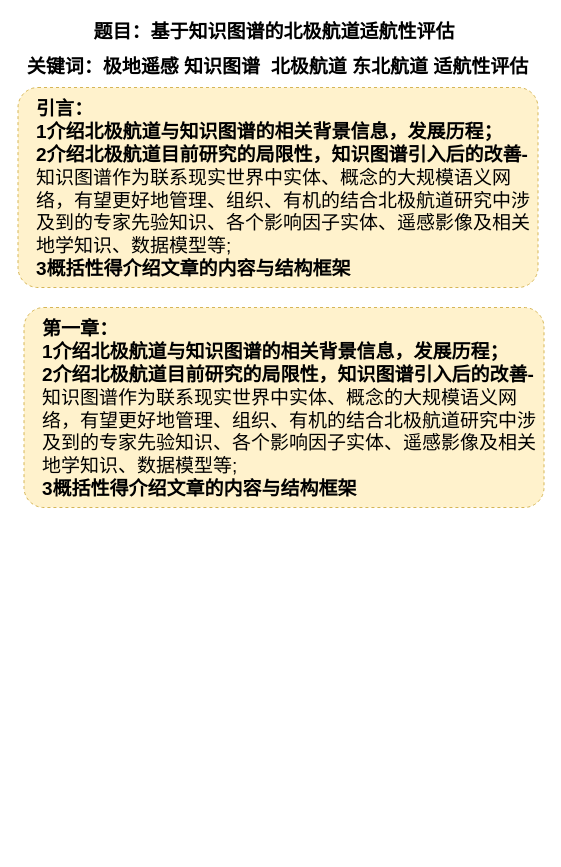
Before: 论文框架.drawio in huxinkan517/DRAW.IO, a draw.io diagram. Source tidied: cells renumbered, new cells numbered last; positions are measured from the earlier drawing's top-left corner, leaving out a move shared by most shapes. Both pictures are drawn from the tidied source at 100%, with x=0, y=0 at pixel (18, 17). Pictures stored in the file or linked from it are replaced by grey dashed boxes.
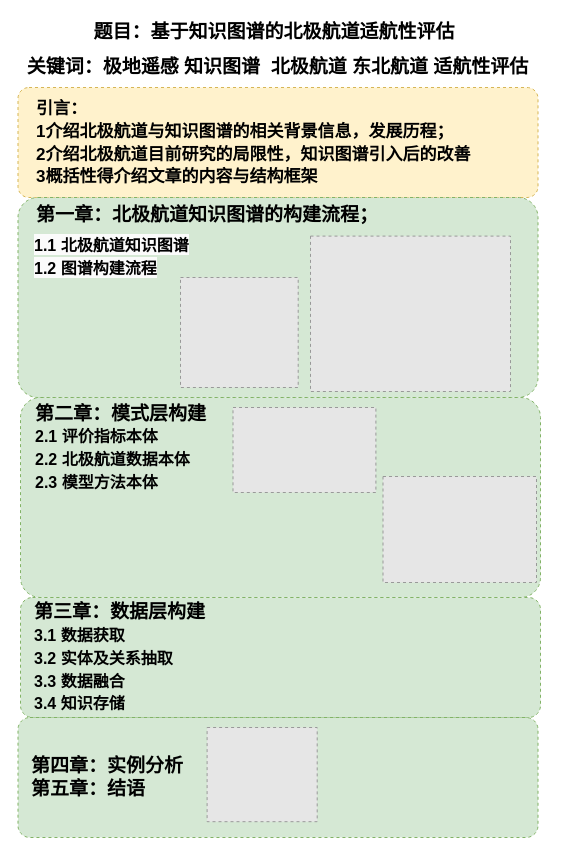
After the change.

Commit message:
更新论文框架.drawio

The edit, as a diff of the source:
```diff
@@
 <mxGraphModel>
   <root>
     <mxCell id="0" />
     <mxCell id="1" parent="0" />
     <mxCell id="2" style="rounded=1;whiteSpace=wrap;html=1;dashed=1;fillColor=#fff2cc;strokeColor=#d6b656;arcSize=10;" parent="1" vertex="1">
-      <mxGeometry x="-0.5" y="70" width="520" height="200" as="geometry" />
+      <mxGeometry x="-0.5" y="70" width="520" height="110" as="geometry" />
     </mxCell>
     <mxCell id="3" value="&lt;b style=&quot;font-size: 19px;&quot;&gt;题目：基于知识图谱的北极航道适航性评估&lt;/b&gt;" style="text;html=1;strokeColor=none;fillColor=none;align=center;verticalAlign=middle;whiteSpace=wrap;rounded=0;fontSize=19;" parent="1" vertex="1">
       <mxGeometry x="41" width="430" height="30" as="geometry" />
     </mxCell>
     <mxCell id="4" value="&lt;b style=&quot;font-size: 19px;&quot;&gt;关键词：极地遥感 知识图谱&amp;nbsp; 北极航道 东北航道 适航性评估&lt;/b&gt;" style="text;html=1;strokeColor=none;fillColor=none;align=center;verticalAlign=middle;whiteSpace=wrap;rounded=0;fontSize=19;" parent="1" vertex="1">
       <mxGeometry x="2" y="35" width="515" height="30" as="geometry" />
     </mxCell>
-    <mxCell id="5" value="&lt;b style=&quot;font-size: 19px;&quot;&gt;引言：&lt;br&gt;1介绍北极航道与知识图谱的相关背景信息，发展历程；&lt;br&gt;2介绍北极航道目前研究的局限性，知识图谱引入后的改善-&lt;/b&gt;知识图谱作为联系现实世界中实体、概念的大规模语义网络，有望更好地管理、组织、有机的结合北极航道研究中涉及到的专家先验知识、各个影响因子实体、遥感影像及相关地学知识、数据模型等;&lt;br&gt;&lt;b&gt;3概括性得介绍文章的内容与结构框架&lt;/b&gt;" style="text;html=1;strokeColor=none;fillColor=none;align=left;verticalAlign=middle;whiteSpace=wrap;rounded=0;fontSize=19;" parent="1" vertex="1">
-      <mxGeometry x="15.5" y="77" width="500" height="190" as="geometry" />
+    <mxCell id="5" value="&lt;font style=&quot;font-size: 17px;&quot;&gt;&lt;b style=&quot;&quot;&gt;引言：&lt;br&gt;&lt;font style=&quot;font-size: 17px;&quot;&gt;1&lt;/font&gt;&lt;font style=&quot;font-size: 17px;&quot;&gt;介绍北极航道与知识图谱的相关背景信息，发展历程；&lt;br&gt;2介绍北极航道目前研究的局限性，知识图谱引入后的改善&lt;/font&gt;&lt;/b&gt;&lt;font style=&quot;font-size: 17px;&quot;&gt;&lt;br&gt;&lt;b style=&quot;&quot;&gt;3概括性得介绍文章的内容与结构框架&lt;/b&gt;&lt;/font&gt;&lt;/font&gt;" style="text;html=1;strokeColor=none;fillColor=none;align=left;verticalAlign=middle;whiteSpace=wrap;rounded=0;fontSize=19;" parent="1" vertex="1">
+      <mxGeometry x="15.5" y="69" width="500" height="111" as="geometry" />
     </mxCell>
-    <mxCell id="6" style="rounded=1;whiteSpace=wrap;html=1;dashed=1;fillColor=#fff2cc;strokeColor=#d6b656;arcSize=10;" parent="1" vertex="1">
-      <mxGeometry x="5.5" y="290" width="520" height="200" as="geometry" />
+    <mxCell id="6" style="rounded=1;whiteSpace=wrap;html=1;dashed=1;fillColor=#d5e8d4;strokeColor=#82b366;arcSize=10;" parent="1" vertex="1">
+      <mxGeometry x="-0.5" y="180" width="520" height="200" as="geometry" />
     </mxCell>
-    <mxCell id="7" value="&lt;b style=&quot;font-size: 19px;&quot;&gt;第一章：&lt;br&gt;1介绍北极航道与知识图谱的相关背景信息，发展历程；&lt;br&gt;2介绍北极航道目前研究的局限性，知识图谱引入后的改善-&lt;/b&gt;知识图谱作为联系现实世界中实体、概念的大规模语义网络，有望更好地管理、组织、有机的结合北极航道研究中涉及到的专家先验知识、各个影响因子实体、遥感影像及相关地学知识、数据模型等;&lt;br&gt;&lt;b&gt;3概括性得介绍文章的内容与结构框架&lt;/b&gt;" style="text;html=1;strokeColor=none;fillColor=none;align=left;verticalAlign=middle;whiteSpace=wrap;rounded=0;fontSize=19;" parent="1" vertex="1">
-      <mxGeometry x="21.5" y="297" width="500" height="190" as="geometry" />
+    <mxCell id="7" value="&lt;b style=&quot;font-size: 19px;&quot;&gt;第一章：北极航道知识图谱的构建流程；&lt;br&gt;&lt;br&gt;&lt;/b&gt;" style="text;html=1;strokeColor=none;fillColor=none;align=left;verticalAlign=middle;whiteSpace=wrap;rounded=0;fontSize=19;" parent="1" vertex="1">
+      <mxGeometry x="15.5" y="187" width="500" height="43" as="geometry" />
     </mxCell>
+    <mxCell id="8" style="rounded=1;whiteSpace=wrap;html=1;dashed=1;fillColor=#d5e8d4;strokeColor=#82b366;arcSize=10;" parent="1" vertex="1">
+      <mxGeometry x="2" y="380" width="520" height="200" as="geometry" />
+    </mxCell>
+    <mxCell id="9" value="&lt;b style=&quot;&quot;&gt;第二章：模式层构建&lt;br&gt;&lt;font style=&quot;font-size: 16px;&quot;&gt;2.1 评价指标本体&lt;br&gt;&lt;/font&gt;&lt;/b&gt;&lt;b style=&quot;border-color: var(--border-color);&quot;&gt;&lt;font style=&quot;border-color: var(--border-color); font-size: 16px;&quot;&gt;2.2&amp;nbsp;&lt;/font&gt;&lt;b style=&quot;border-color: var(--border-color);&quot;&gt;&lt;font style=&quot;border-color: var(--border-color); font-size: 16px;&quot;&gt;北极航道数据本体&lt;/font&gt;&lt;/b&gt;&lt;br style=&quot;border-color: var(--border-color);&quot;&gt;&lt;/b&gt;&lt;b style=&quot;border-color: var(--border-color);&quot;&gt;&lt;font style=&quot;border-color: var(--border-color); font-size: 16px;&quot;&gt;2.3&amp;nbsp;&lt;b style=&quot;border-color: var(--border-color); font-size: 19px;&quot;&gt;&lt;b style=&quot;border-color: var(--border-color);&quot;&gt;&lt;font style=&quot;border-color: var(--border-color); font-size: 16px;&quot;&gt;模型方法本体&lt;/font&gt;&lt;/b&gt;&lt;/b&gt;&lt;br&gt;&lt;/font&gt;&lt;b style=&quot;border-color: var(--border-color);&quot;&gt;&lt;br style=&quot;border-color: var(--border-color);&quot;&gt;&lt;/b&gt;&lt;/b&gt;" style="text;html=1;strokeColor=none;fillColor=none;align=left;verticalAlign=middle;whiteSpace=wrap;rounded=0;fontSize=19;" parent="1" vertex="1">
+      <mxGeometry x="14.5" y="380" width="503.5" height="123" as="geometry" />
+    </mxCell>
+    <mxCell id="10" style="fillColor=#E6E6E6;strokeColor=#999999;dashed=1;verticalLabelPosition=bottom;labelBackgroundColor=default;verticalAlign=top;" parent="1" vertex="1">
+      <mxGeometry x="292" y="218.6" width="200" height="155.4" as="geometry" />
+    </mxCell>
+    <mxCell id="11" style="fillColor=#E6E6E6;strokeColor=#999999;dashed=1;verticalLabelPosition=bottom;labelBackgroundColor=default;verticalAlign=top;" parent="1" vertex="1">
+      <mxGeometry x="364.5" y="459" width="153.5" height="106" as="geometry" />
+    </mxCell>
+    <mxCell id="12" style="fillColor=#E6E6E6;strokeColor=#999999;dashed=1;verticalLabelPosition=bottom;labelBackgroundColor=default;verticalAlign=top;" parent="1" vertex="1">
+      <mxGeometry x="214.5" y="390" width="142.9" height="85" as="geometry" />
+    </mxCell>
+    <mxCell id="13" style="rounded=1;whiteSpace=wrap;html=1;dashed=1;fillColor=#d5e8d4;strokeColor=#82b366;arcSize=10;" parent="1" vertex="1">
+      <mxGeometry x="2" y="580" width="520" height="120" as="geometry" />
+    </mxCell>
+    <mxCell id="14" value="&lt;b style=&quot;&quot;&gt;第三章：数据层构建&lt;br&gt;&lt;font style=&quot;font-size: 16px;&quot;&gt;3.1 数据获取&lt;br&gt;&lt;/font&gt;&lt;/b&gt;&lt;b style=&quot;border-color: var(--border-color);&quot;&gt;&lt;font style=&quot;border-color: var(--border-color); font-size: 16px;&quot;&gt;3.2&amp;nbsp;&lt;/font&gt;&lt;b style=&quot;border-color: var(--border-color);&quot;&gt;&lt;font style=&quot;border-color: var(--border-color); font-size: 16px;&quot;&gt;实体及关系抽取&lt;/font&gt;&lt;/b&gt;&lt;br style=&quot;border-color: var(--border-color);&quot;&gt;&lt;/b&gt;&lt;b style=&quot;border-color: var(--border-color);&quot;&gt;&lt;font style=&quot;border-color: var(--border-color); font-size: 16px;&quot;&gt;3.3&amp;nbsp;&lt;b style=&quot;border-color: var(--border-color); font-size: 19px;&quot;&gt;&lt;b style=&quot;border-color: var(--border-color);&quot;&gt;&lt;font style=&quot;border-color: var(--border-color); font-size: 16px;&quot;&gt;数据融合&lt;br&gt;&lt;/font&gt;&lt;/b&gt;&lt;/b&gt;3.4 知识存储&lt;br&gt;&lt;/font&gt;&lt;b style=&quot;border-color: var(--border-color);&quot;&gt;&lt;br style=&quot;border-color: var(--border-color);&quot;&gt;&lt;/b&gt;&lt;/b&gt;" style="text;html=1;strokeColor=none;fillColor=none;align=left;verticalAlign=middle;whiteSpace=wrap;rounded=0;fontSize=19;" parent="1" vertex="1">
+      <mxGeometry x="13.5" y="590" width="503.5" height="123" as="geometry" />
+    </mxCell>
+    <mxCell id="15" style="fillColor=#E6E6E6;strokeColor=#999999;dashed=1;verticalLabelPosition=bottom;labelBackgroundColor=default;verticalAlign=top;" parent="1" vertex="1">
+      <mxGeometry x="162" y="260" width="117.7" height="110" as="geometry" />
+    </mxCell>
+    <mxCell id="16" value="&lt;b style=&quot;border-color: var(--border-color); color: rgb(0, 0, 0); font-family: Helvetica; font-size: 19px; font-style: normal; font-variant-ligatures: normal; font-variant-caps: normal; letter-spacing: normal; orphans: 2; text-align: left; text-indent: 0px; text-transform: none; widows: 2; word-spacing: 0px; -webkit-text-stroke-width: 0px; background-color: rgb(251, 251, 251); text-decoration-thickness: initial; text-decoration-style: initial; text-decoration-color: initial;&quot;&gt;&lt;font style=&quot;border-color: var(--border-color); font-size: 16px;&quot;&gt;1.1 北极航道知识图谱&lt;br style=&quot;border-color: var(--border-color);&quot;&gt;&lt;/font&gt;&lt;/b&gt;&lt;b style=&quot;border-color: var(--border-color); color: rgb(0, 0, 0); font-family: Helvetica; font-size: 19px; font-style: normal; font-variant-ligatures: normal; font-variant-caps: normal; letter-spacing: normal; orphans: 2; text-align: left; text-indent: 0px; text-transform: none; widows: 2; word-spacing: 0px; -webkit-text-stroke-width: 0px; background-color: rgb(251, 251, 251); text-decoration-thickness: initial; text-decoration-style: initial; text-decoration-color: initial;&quot;&gt;&lt;font style=&quot;border-color: var(--border-color); font-size: 16px;&quot;&gt;1.2&amp;nbsp;&lt;/font&gt;&lt;b style=&quot;border-color: var(--border-color);&quot;&gt;&lt;font style=&quot;border-color: var(--border-color); font-size: 16px;&quot;&gt;图谱构建流程&lt;/font&gt;&lt;/b&gt;&lt;/b&gt;" style="text;whiteSpace=wrap;html=1;" parent="1" vertex="1">
+      <mxGeometry x="13.5" y="210" width="190" height="70" as="geometry" />
+    </mxCell>
+    <mxCell id="17" style="rounded=1;whiteSpace=wrap;html=1;dashed=1;fillColor=#d5e8d4;strokeColor=#82b366;arcSize=10;" parent="1" vertex="1">
+      <mxGeometry x="-0.5" y="700" width="520" height="120" as="geometry" />
+    </mxCell>
+    <mxCell id="18" value="&lt;b style=&quot;&quot;&gt;第四章：实例分析&lt;br&gt;第五章：结语&lt;br&gt;&lt;/b&gt;&lt;b style=&quot;border-color: var(--border-color);&quot;&gt;&lt;b style=&quot;border-color: var(--border-color);&quot;&gt;&lt;br style=&quot;border-color: var(--border-color);&quot;&gt;&lt;/b&gt;&lt;/b&gt;" style="text;html=1;strokeColor=none;fillColor=none;align=left;verticalAlign=middle;whiteSpace=wrap;rounded=0;fontSize=19;" parent="1" vertex="1">
+      <mxGeometry x="11" y="710" width="503.5" height="123" as="geometry" />
+    </mxCell>
+    <mxCell id="19" style="fillColor=#E6E6E6;strokeColor=#999999;dashed=1;verticalLabelPosition=bottom;labelBackgroundColor=default;verticalAlign=top;" parent="1" vertex="1">
+      <mxGeometry x="188.6" y="710" width="110.1" height="94.2" as="geometry" />
+    </mxCell>
   </root>
 </mxGraphModel>
```
